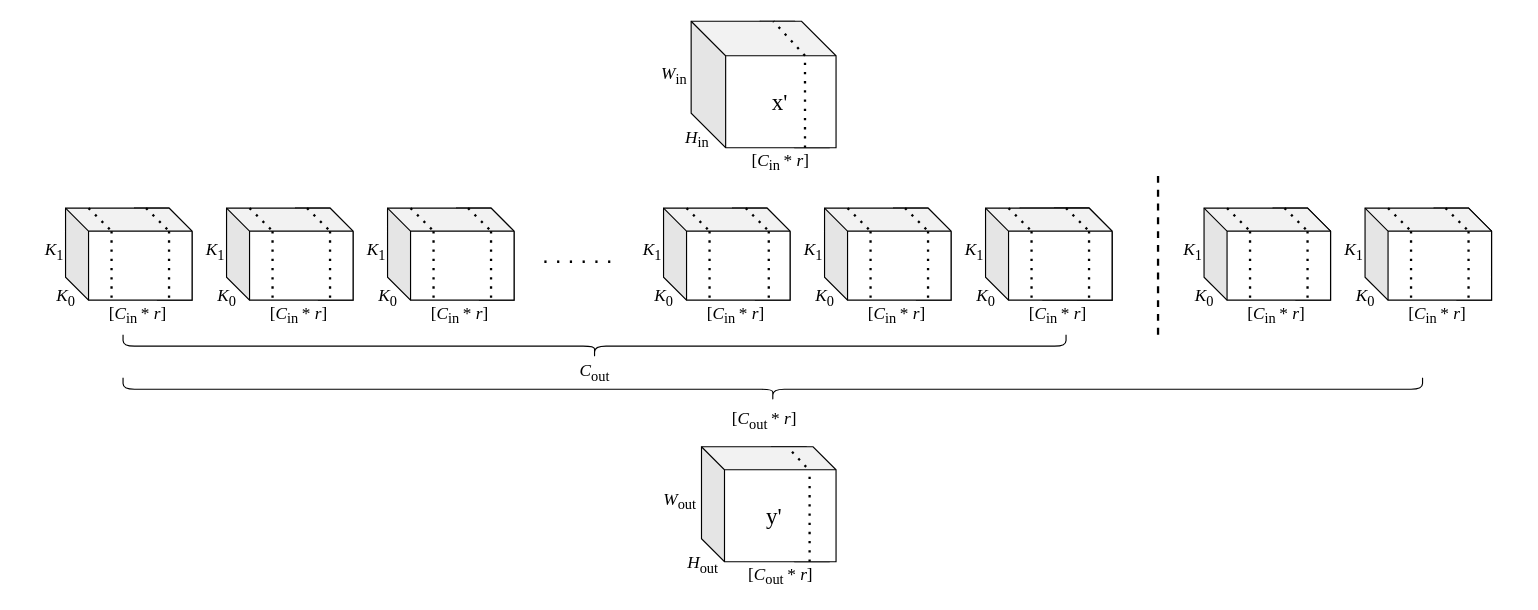
The draw.io diagram page "第 2 页" (2 of 3) of uniqConv.drawio in guoriyue/draw.io, before the edit. Source tidied: cells renumbered, new cells numbered last; positions are measured from the earlier drawing's top-left corner, leaving out a move shared by most shapes. Both pictures are drawn from the tidied source at 115%, with x=0, y=0 at pixel (20, 21).
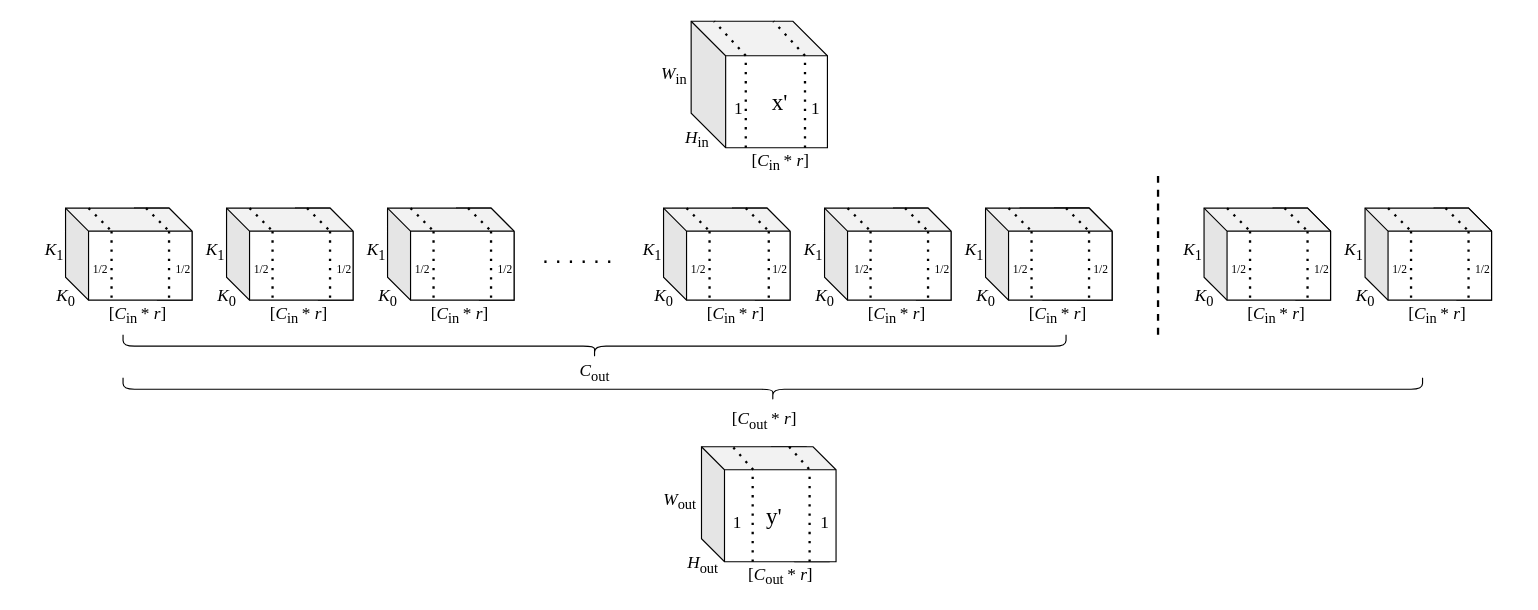
The same diagram, later.

Unchanged cells that the change refers to:
```xml
<mxCell id="41" style="shape=cube;whiteSpace=wrap;html=1;boundedLbl=1;backgroundOutline=1;darkOpacity=0.05;darkOpacity2=0.1;size=20;" parent="1" vertex="1">
  <mxGeometry x="592.5" y="370" width="117" height="100" as="geometry" />
</mxCell>
```

Change to the diagram source:
```diff
@@
-    <mxCell id="15" style="shape=cube;whiteSpace=wrap;html=1;boundedLbl=1;backgroundOutline=1;darkOpacity=0.05;darkOpacity2=0.1;size=30;" parent="1" vertex="1">
-      <mxGeometry x="643.5" width="60" height="110" as="geometry" />
-    </mxCell>
@@
     <mxCell id="37" style="shape=cube;whiteSpace=wrap;html=1;boundedLbl=1;backgroundOutline=1;darkOpacity=0.05;darkOpacity2=0.1;size=30;" parent="1" vertex="1">
-      <mxGeometry x="583.5" width="126" height="110" as="geometry" />
+      <mxGeometry x="583.5" width="118.5" height="110" as="geometry" />
     </mxCell>
@@
-    <mxCell id="64" style="endArrow=none;dashed=1;html=1;dashPattern=1 3;strokeWidth=2;rounded=0;fontFamily=Times New Roman;fontSize=20;" parent="1" edge="1">
-      <mxGeometry relative="1" as="geometry">
-        <mxPoint x="683.5" y="387.5" as="sourcePoint" />
-        <mxPoint x="669.5" y="372.5" as="targetPoint" />
-      </mxGeometry>
-    </mxCell>
@@
+    <mxCell id="97" style="endArrow=none;dashed=1;html=1;dashPattern=1 3;strokeWidth=2;rounded=0;fontFamily=Times New Roman;fontSize=20;" parent="1" edge="1">
+      <mxGeometry relative="1" as="geometry">
+        <mxPoint x="631" y="110" as="sourcePoint" />
+        <mxPoint x="631" y="30" as="targetPoint" />
+      </mxGeometry>
+    </mxCell>
+    <mxCell id="98" style="endArrow=none;dashed=1;html=1;dashPattern=1 3;strokeWidth=2;rounded=0;fontFamily=Times New Roman;fontSize=20;" parent="1" edge="1">
+      <mxGeometry relative="1" as="geometry">
+        <mxPoint x="631" y="30" as="sourcePoint" />
+        <mxPoint x="603.5" as="targetPoint" />
+      </mxGeometry>
+    </mxCell>
+    <mxCell id="99" style="endArrow=none;dashed=1;html=1;dashPattern=1 3;strokeWidth=2;rounded=0;fontFamily=Times New Roman;fontSize=20;" parent="1" edge="1">
+      <mxGeometry relative="1" as="geometry">
+        <mxPoint x="637" y="470" as="sourcePoint" />
+        <mxPoint x="637" y="392.5" as="targetPoint" />
+      </mxGeometry>
+    </mxCell>
+    <mxCell id="100" style="endArrow=none;dashed=1;html=1;dashPattern=1 3;strokeWidth=2;rounded=0;fontFamily=Times New Roman;fontSize=20;entryX=0.237;entryY=0.007;entryDx=0;entryDy=0;entryPerimeter=0;" parent="1" edge="1" target="41">
+      <mxGeometry relative="1" as="geometry">
+        <mxPoint x="637.5" y="390" as="sourcePoint" />
+      </mxGeometry>
+    </mxCell>
+    <mxCell id="101" style="endArrow=none;dashed=1;html=1;dashPattern=1 3;strokeWidth=2;rounded=0;fontFamily=Times New Roman;fontSize=20;entryX=0.237;entryY=0.007;entryDx=0;entryDy=0;entryPerimeter=0;" parent="1" edge="1">
+      <mxGeometry relative="1" as="geometry">
+        <mxPoint x="686" y="389.3" as="sourcePoint" />
+        <mxPoint x="668.7" y="370" as="targetPoint" />
+      </mxGeometry>
+    </mxCell>
+    <mxCell id="102" value="1/2" style="text;html=1;strokeColor=none;fillColor=none;align=center;verticalAlign=middle;whiteSpace=wrap;rounded=0;fontFamily=Times New Roman;fontSize=10;" parent="1" vertex="1">
+      <mxGeometry x="39.5" y="200" width="60" height="30" as="geometry" />
+    </mxCell>
+    <mxCell id="103" value="1/2" style="text;html=1;strokeColor=none;fillColor=none;align=center;verticalAlign=middle;whiteSpace=wrap;rounded=0;fontFamily=Times New Roman;fontSize=10;" parent="1" vertex="1">
+      <mxGeometry x="112" y="200" width="60" height="30" as="geometry" />
+    </mxCell>
+    <mxCell id="104" value="1/2" style="text;html=1;strokeColor=none;fillColor=none;align=center;verticalAlign=middle;whiteSpace=wrap;rounded=0;fontFamily=Times New Roman;fontSize=10;" parent="1" vertex="1">
+      <mxGeometry x="179.5" y="200" width="60" height="30" as="geometry" />
+    </mxCell>
+    <mxCell id="105" value="1/2" style="text;html=1;strokeColor=none;fillColor=none;align=center;verticalAlign=middle;whiteSpace=wrap;rounded=0;fontFamily=Times New Roman;fontSize=10;" parent="1" vertex="1">
+      <mxGeometry x="252" y="200" width="60" height="30" as="geometry" />
+    </mxCell>
+    <mxCell id="106" value="1/2" style="text;html=1;strokeColor=none;fillColor=none;align=center;verticalAlign=middle;whiteSpace=wrap;rounded=0;fontFamily=Times New Roman;fontSize=10;" parent="1" vertex="1">
+      <mxGeometry x="319.5" y="200" width="60" height="30" as="geometry" />
+    </mxCell>
+    <mxCell id="107" value="1/2" style="text;html=1;strokeColor=none;fillColor=none;align=center;verticalAlign=middle;whiteSpace=wrap;rounded=0;fontFamily=Times New Roman;fontSize=10;" parent="1" vertex="1">
+      <mxGeometry x="392" y="200" width="60" height="30" as="geometry" />
+    </mxCell>
+    <mxCell id="108" value="1/2" style="text;html=1;strokeColor=none;fillColor=none;align=center;verticalAlign=middle;whiteSpace=wrap;rounded=0;fontFamily=Times New Roman;fontSize=10;" parent="1" vertex="1">
+      <mxGeometry x="559.5" y="200" width="60" height="30" as="geometry" />
+    </mxCell>
+    <mxCell id="109" value="1/2" style="text;html=1;strokeColor=none;fillColor=none;align=center;verticalAlign=middle;whiteSpace=wrap;rounded=0;fontFamily=Times New Roman;fontSize=10;" parent="1" vertex="1">
+      <mxGeometry x="631" y="200" width="60" height="30" as="geometry" />
+    </mxCell>
+    <mxCell id="110" value="1/2" style="text;html=1;strokeColor=none;fillColor=none;align=center;verticalAlign=middle;whiteSpace=wrap;rounded=0;fontFamily=Times New Roman;fontSize=10;" parent="1" vertex="1">
+      <mxGeometry x="702" y="200" width="60" height="30" as="geometry" />
+    </mxCell>
+    <mxCell id="111" value="1/2" style="text;html=1;strokeColor=none;fillColor=none;align=center;verticalAlign=middle;whiteSpace=wrap;rounded=0;fontFamily=Times New Roman;fontSize=10;" parent="1" vertex="1">
+      <mxGeometry x="772" y="200" width="60" height="30" as="geometry" />
+    </mxCell>
+    <mxCell id="112" value="1/2" style="text;html=1;strokeColor=none;fillColor=none;align=center;verticalAlign=middle;whiteSpace=wrap;rounded=0;fontFamily=Times New Roman;fontSize=10;" parent="1" vertex="1">
+      <mxGeometry x="839.5" y="200" width="60" height="30" as="geometry" />
+    </mxCell>
+    <mxCell id="113" value="1/2" style="text;html=1;strokeColor=none;fillColor=none;align=center;verticalAlign=middle;whiteSpace=wrap;rounded=0;fontFamily=Times New Roman;fontSize=10;" parent="1" vertex="1">
+      <mxGeometry x="909.5" y="200" width="60" height="30" as="geometry" />
+    </mxCell>
+    <mxCell id="114" value="1/2" style="text;html=1;strokeColor=none;fillColor=none;align=center;verticalAlign=middle;whiteSpace=wrap;rounded=0;fontFamily=Times New Roman;fontSize=10;" parent="1" vertex="1">
+      <mxGeometry x="1029.5" y="200" width="60" height="30" as="geometry" />
+    </mxCell>
+    <mxCell id="115" value="1/2" style="text;html=1;strokeColor=none;fillColor=none;align=center;verticalAlign=middle;whiteSpace=wrap;rounded=0;fontFamily=Times New Roman;fontSize=10;" parent="1" vertex="1">
+      <mxGeometry x="1102" y="200" width="60" height="30" as="geometry" />
+    </mxCell>
+    <mxCell id="116" value="1/2" style="text;html=1;strokeColor=none;fillColor=none;align=center;verticalAlign=middle;whiteSpace=wrap;rounded=0;fontFamily=Times New Roman;fontSize=10;" parent="1" vertex="1">
+      <mxGeometry x="1169.5" y="200" width="60" height="30" as="geometry" />
+    </mxCell>
+    <mxCell id="117" value="1/2" style="text;html=1;strokeColor=none;fillColor=none;align=center;verticalAlign=middle;whiteSpace=wrap;rounded=0;fontFamily=Times New Roman;fontSize=10;" parent="1" vertex="1">
+      <mxGeometry x="1242" y="200" width="60" height="30" as="geometry" />
+    </mxCell>
+    <mxCell id="118" value="&lt;font style=&quot;font-size: 15px;&quot;&gt;1&lt;/font&gt;" style="text;html=1;strokeColor=none;fillColor=none;align=center;verticalAlign=middle;whiteSpace=wrap;rounded=0;fontFamily=Times New Roman;fontSize=10;" parent="1" vertex="1">
+      <mxGeometry x="594.5" y="60" width="60" height="30" as="geometry" />
+    </mxCell>
+    <mxCell id="119" value="&lt;font style=&quot;font-size: 15px;&quot;&gt;1&lt;/font&gt;" style="text;html=1;strokeColor=none;fillColor=none;align=center;verticalAlign=middle;whiteSpace=wrap;rounded=0;fontFamily=Times New Roman;fontSize=10;" parent="1" vertex="1">
+      <mxGeometry x="662" y="60" width="60" height="30" as="geometry" />
+    </mxCell>
+    <mxCell id="120" value="&lt;font style=&quot;font-size: 15px;&quot;&gt;1&lt;/font&gt;" style="text;html=1;strokeColor=none;fillColor=none;align=center;verticalAlign=middle;whiteSpace=wrap;rounded=0;fontFamily=Times New Roman;fontSize=10;" parent="1" vertex="1">
+      <mxGeometry x="593.5" y="420" width="60" height="30" as="geometry" />
+    </mxCell>
+    <mxCell id="121" value="&lt;font style=&quot;font-size: 15px;&quot;&gt;1&lt;/font&gt;" style="text;html=1;strokeColor=none;fillColor=none;align=center;verticalAlign=middle;whiteSpace=wrap;rounded=0;fontFamily=Times New Roman;fontSize=10;" parent="1" vertex="1">
+      <mxGeometry x="669.5" y="420" width="60" height="30" as="geometry" />
+    </mxCell>
```
